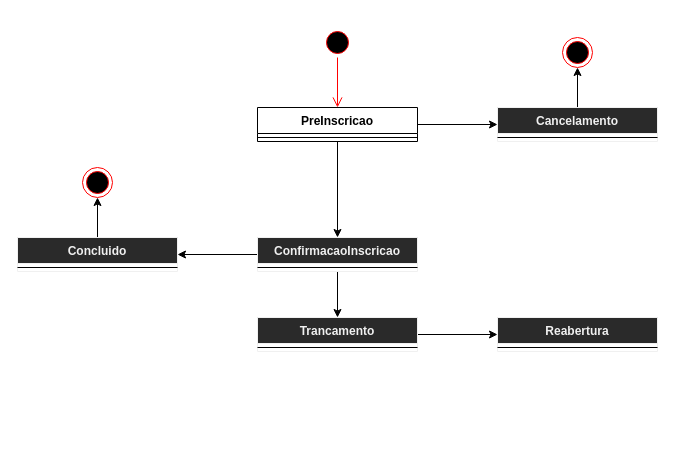
The draw.io diagram Untitled Diagram.drawio in henrique-souza/uml_exercises, before the edit. Source tidied: cells renumbered, new cells numbered last; positions are measured from the earlier drawing's top-left corner, leaving out a move shared by most shapes. Both pictures are drawn from the tidied source at 100%, with x=0, y=0 at pixel (17, 27).
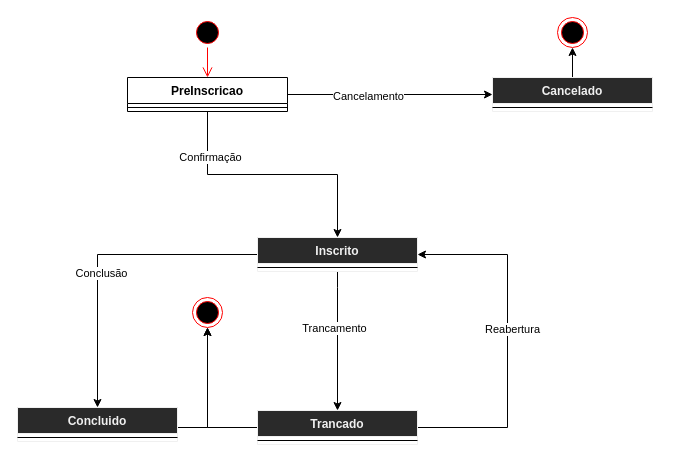
The same page after the edit.

The change refers to these unchanged cells:
```xml
<mxCell id="4" style="edgeStyle=orthogonalEdgeStyle;rounded=0;jettySize=auto;html=1;" parent="1" edge="1" source="6" target="10">
  <mxGeometry relative="1" as="geometry" />
</mxCell>
<mxCell id="5" style="edgeStyle=orthogonalEdgeStyle;rounded=0;jettySize=auto;html=1;" parent="1" edge="1" source="6" target="21">
  <mxGeometry relative="1" as="geometry" />
</mxCell>
<mxCell id="9" style="edgeStyle=orthogonalEdgeStyle;rounded=0;jettySize=auto;html=1;" parent="1" edge="1" source="10" target="16">
  <mxGeometry relative="1" as="geometry" />
</mxCell>
```

Diff of the diagram source:
```diff
@@
     <mxCell id="2" style="ellipse;html=1;shape=startState;fillColor=#000000;strokeColor=#ff0000;" parent="1" vertex="1">
-      <mxGeometry x="305" width="30" height="30" as="geometry" />
+      <mxGeometry x="175" y="-10" width="30" height="30" as="geometry" />
     </mxCell>
@@
+    <mxCell id="25" value="Confirmação" style="edgeLabel;html=1;align=center;verticalAlign=middle;" parent="4" vertex="1">
+      <mxGeometry x="-0.65" y="2" relative="1" as="geometry" />
+    </mxCell>
@@
+    <mxCell id="26" value="Cancelamento" style="edgeLabel;html=1;align=center;verticalAlign=middle;" parent="5" vertex="1">
+      <mxGeometry x="-0.22" y="-1" relative="1" as="geometry" />
+    </mxCell>
     <mxCell id="6" value="PreInscricao" style="swimlane;fontStyle=1;align=center;verticalAlign=top;horizontal=1;startSize=26;" parent="1" vertex="1">
-      <mxGeometry x="240" y="80" width="160" height="34" as="geometry" />
+      <mxGeometry x="110" y="50" width="160" height="34" as="geometry" />
     </mxCell>
@@
     <mxCell id="8" style="edgeStyle=orthogonalEdgeStyle;rounded=0;jettySize=auto;html=1;" parent="1" edge="1" source="10" target="13">
-      <mxGeometry relative="1" as="geometry" />
+      <mxGeometry relative="1" as="geometry">
+        <Array as="points">
+          <mxPoint x="320" y="260" />
+          <mxPoint x="320" y="260" />
+        </Array>
+      </mxGeometry>
     </mxCell>
+    <mxCell id="27" value="Trancamento" style="edgeLabel;html=1;align=center;verticalAlign=middle;" parent="8" vertex="1">
+      <mxGeometry x="-0.19" y="-4" relative="1" as="geometry" />
+    </mxCell>
@@
+    <mxCell id="28" value="Conclusão" style="edgeLabel;html=1;align=center;verticalAlign=middle;" parent="9" vertex="1">
+      <mxGeometry x="0.14" y="3" relative="1" as="geometry" />
+    </mxCell>
-    <mxCell id="10" value="ConfirmacaoInscricao" style="swimlane;fontStyle=1;align=center;verticalAlign=top;horizontal=1;startSize=26;fillColor=rgb(42, 42, 42);strokeColor=rgb(240, 240, 240);fontColor=rgb(240, 240, 240);" parent="1" vertex="1">
+    <mxCell id="10" value="Inscrito" style="swimlane;fontStyle=1;align=center;verticalAlign=top;horizontal=1;startSize=26;fillColor=rgb(42, 42, 42);strokeColor=rgb(240, 240, 240);fontColor=rgb(240, 240, 240);" parent="1" vertex="1">
       <mxGeometry x="240" y="210" width="160" height="34" as="geometry" />
     </mxCell>
@@
-    <mxCell id="12" style="edgeStyle=orthogonalEdgeStyle;rounded=0;jettySize=auto;html=1;" parent="1" edge="1" source="13" target="18">
-      <mxGeometry relative="1" as="geometry" />
-    </mxCell>
+    <mxCell id="29" style="edgeStyle=orthogonalEdgeStyle;rounded=0;jettySize=auto;html=1;exitX=1;exitY=0.5;exitDx=0;exitDy=0;entryX=1;entryY=0.5;entryDx=0;entryDy=0;" parent="1" edge="1" source="13" target="10">
+      <mxGeometry relative="1" as="geometry">
+        <Array as="points">
+          <mxPoint x="490" y="400" />
+          <mxPoint x="490" y="227" />
+        </Array>
+      </mxGeometry>
+    </mxCell>
+    <mxCell id="18" value="Reabertura" style="edgeLabel;html=1;align=center;verticalAlign=middle;points=[];" parent="29" vertex="1">
+      <mxGeometry x="0.07" y="-4" relative="1" as="geometry" />
+    </mxCell>
+    <mxCell id="30" style="edgeStyle=orthogonalEdgeStyle;rounded=0;jettySize=auto;html=1;exitX=0;exitY=0.5;exitDx=0;exitDy=0;entryX=0.5;entryY=1;entryDx=0;entryDy=0;" parent="1" edge="1" source="13" target="24">
+      <mxGeometry relative="1" as="geometry" />
+    </mxCell>
-    <mxCell id="13" value="Trancamento" style="swimlane;fontStyle=1;align=center;verticalAlign=top;horizontal=1;startSize=26;fillColor=rgb(42, 42, 42);strokeColor=rgb(240, 240, 240);fontColor=rgb(240, 240, 240);" parent="1" vertex="1">
-      <mxGeometry x="240" y="290" width="160" height="34" as="geometry" />
+    <mxCell id="13" value="Trancado" style="swimlane;fontStyle=1;align=center;verticalAlign=top;horizontal=1;startSize=26;fillColor=rgb(42, 42, 42);strokeColor=rgb(240, 240, 240);fontColor=rgb(240, 240, 240);" parent="1" vertex="1">
+      <mxGeometry x="240" y="383" width="160" height="34" as="geometry" />
     </mxCell>
@@
-    <mxCell id="15" style="edgeStyle=orthogonalEdgeStyle;rounded=0;jettySize=auto;html=1;exitX=0.5;exitY=0;exitDx=0;exitDy=0;entryX=0.5;entryY=1;entryDx=0;entryDy=0;" parent="1" edge="1" source="16" target="24">
-      <mxGeometry relative="1" as="geometry" />
+    <mxCell id="15" style="edgeStyle=orthogonalEdgeStyle;rounded=0;jettySize=auto;html=1;exitX=1;exitY=0.5;exitDx=0;exitDy=0;entryX=0.5;entryY=1;entryDx=0;entryDy=0;" parent="1" edge="1" source="16" target="24">
+      <mxGeometry relative="1" as="geometry">
+        <Array as="points">
+          <mxPoint x="160" y="400" />
+          <mxPoint x="190" y="400" />
+        </Array>
+      </mxGeometry>
     </mxCell>
     <mxCell id="16" value="Concluido" style="swimlane;fontStyle=1;align=center;verticalAlign=top;horizontal=1;startSize=26;fillColor=rgb(42, 42, 42);strokeColor=rgb(240, 240, 240);fontColor=rgb(240, 240, 240);" parent="1" vertex="1">
-      <mxGeometry y="210" width="160" height="34" as="geometry" />
+      <mxGeometry y="380" width="160" height="34" as="geometry" />
     </mxCell>
@@
-    <mxCell id="18" value="Reabertura" style="swimlane;fontStyle=1;align=center;verticalAlign=top;horizontal=1;startSize=26;fillColor=rgb(42, 42, 42);strokeColor=rgb(240, 240, 240);fontColor=rgb(240, 240, 240);" parent="1" vertex="1">
-      <mxGeometry x="480" y="290" width="160" height="34" as="geometry" />
-    </mxCell>
-    <mxCell id="19" style="line;strokeWidth=1;fillColor=none;align=left;verticalAlign=middle;spacingTop=-1;spacingLeft=3;spacingRight=3;labelPosition=right;" parent="18" vertex="1">
-      <mxGeometry y="26" width="160" height="8" as="geometry" />
-    </mxCell>
@@
-    <mxCell id="21" value="Cancelamento" style="swimlane;fontStyle=1;align=center;verticalAlign=top;horizontal=1;startSize=26;fillColor=rgb(42, 42, 42);strokeColor=rgb(240, 240, 240);fontColor=rgb(240, 240, 240);" parent="1" vertex="1">
-      <mxGeometry x="480" y="80" width="160" height="34" as="geometry" />
+    <mxCell id="21" value="Cancelado" style="swimlane;fontStyle=1;align=center;verticalAlign=top;horizontal=1;startSize=26;fillColor=rgb(42, 42, 42);strokeColor=rgb(240, 240, 240);fontColor=rgb(240, 240, 240);" parent="1" vertex="1">
+      <mxGeometry x="475" y="50" width="160" height="34" as="geometry" />
     </mxCell>
@@
     <mxCell id="23" style="ellipse;html=1;shape=endState;fillColor=#000000;strokeColor=#ff0000;" parent="1" vertex="1">
-      <mxGeometry x="545" y="10" width="30" height="30" as="geometry" />
+      <mxGeometry x="540" y="-10" width="30" height="30" as="geometry" />
     </mxCell>
     <mxCell id="24" style="ellipse;html=1;shape=endState;fillColor=#000000;strokeColor=#ff0000;" parent="1" vertex="1">
-      <mxGeometry x="65" y="140" width="30" height="30" as="geometry" />
+      <mxGeometry x="175" y="270" width="30" height="30" as="geometry" />
     </mxCell>
```
